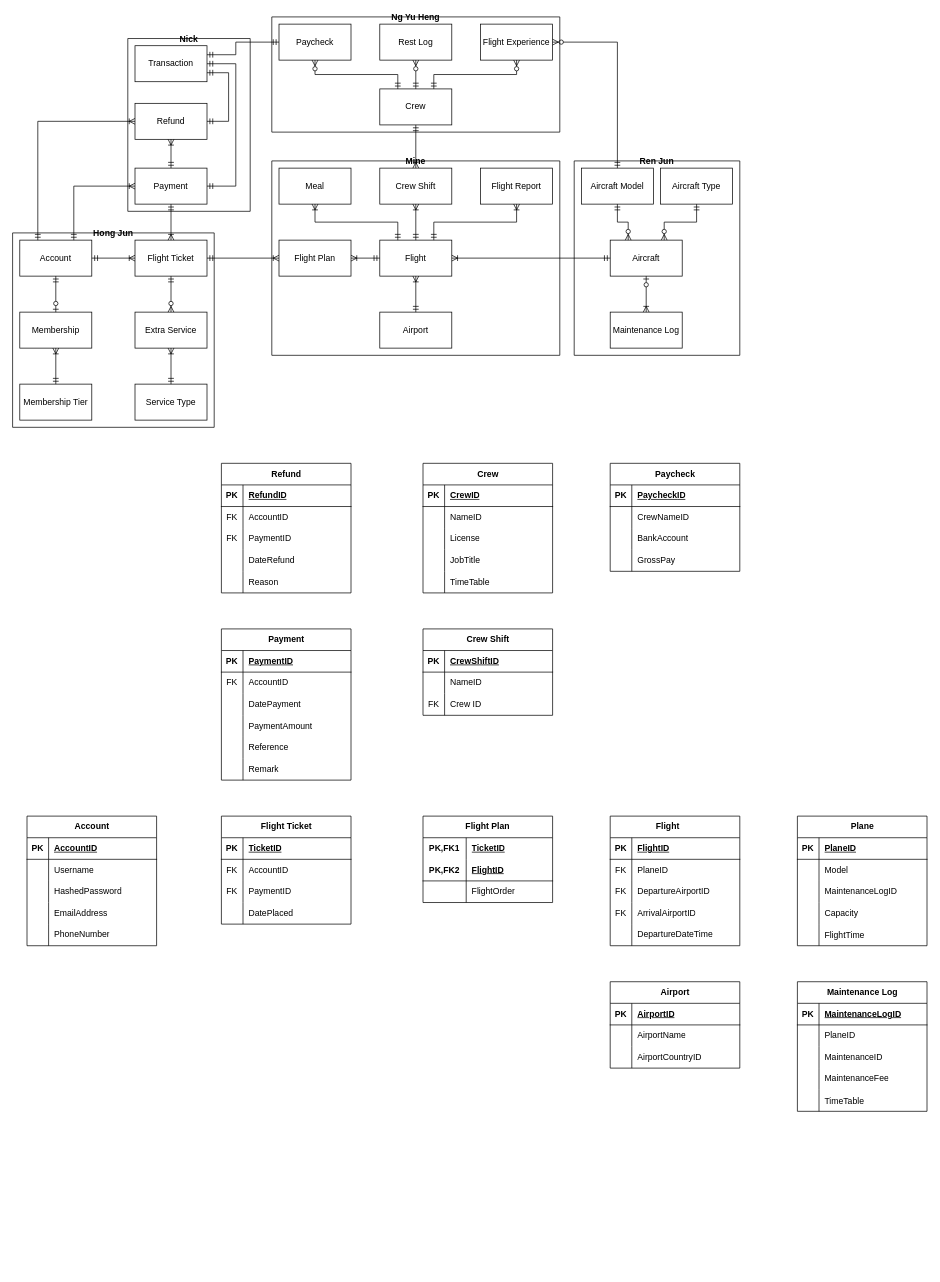
Earlier version of the draw.io diagram erd_big.drawio (Poleric/database-design-assignment). Source tidied: cells renumbered, new cells numbered last; positions are measured from the earlier drawing's top-left corner, leaving out a move shared by most shapes. Both pictures are drawn from the tidied source at 72%, with x=0, y=0 at pixel (12, 17).
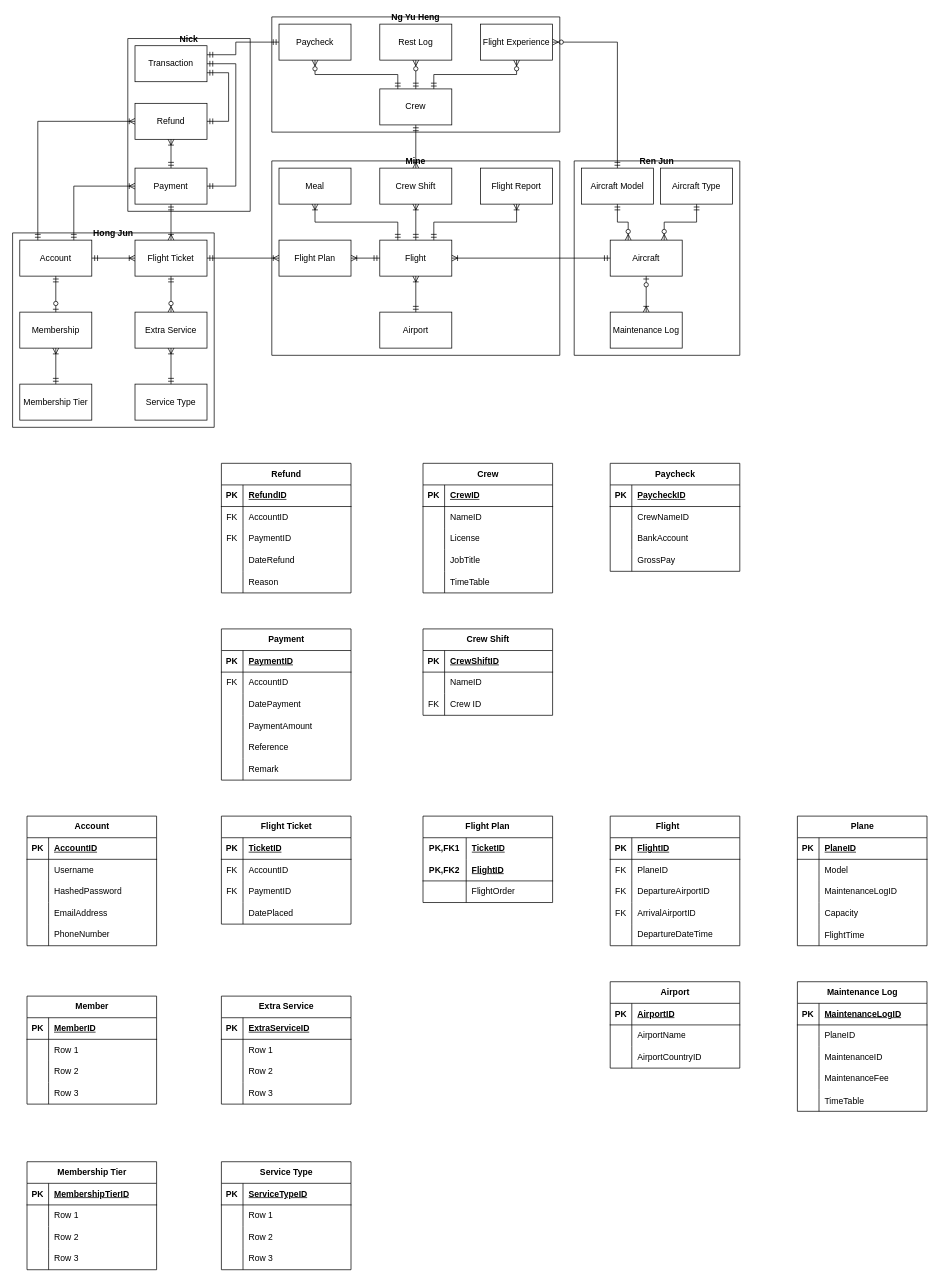
After the change.

What changed in the source:
```diff
@@
+    <mxCell id="228" value="Member" style="shape=table;startSize=30;childLayout=tableLayout;rowLines=0;fontStyle=1;align=center;html=1;" parent="1" vertex="1">
+      <mxGeometry x="20" y="1360" width="180" height="150" as="geometry" />
+    </mxCell>
+    <mxCell id="229" style="shape=tableRow;horizontal=0;startSize=0;swimlaneHead=0;swimlaneBody=0;fillColor=none;top=0;left=0;right=0;bottom=1;" parent="228" vertex="1">
+      <mxGeometry y="30" width="180" height="30" as="geometry" />
+    </mxCell>
+    <mxCell id="230" value="PK" style="shape=partialRectangle;fillColor=none;top=0;left=0;bottom=0;right=0;fontStyle=1;overflow=hidden;whiteSpace=wrap;html=1;" parent="229" vertex="1">
+      <mxGeometry width="30" height="30" as="geometry" />
+    </mxCell>
+    <mxCell id="231" value="MemberID" style="shape=partialRectangle;fillColor=none;top=0;left=0;bottom=0;right=0;align=left;spacingLeft=6;fontStyle=5;overflow=hidden;whiteSpace=wrap;html=1;" parent="229" vertex="1">
+      <mxGeometry x="30" width="150" height="30" as="geometry" />
+    </mxCell>
+    <mxCell id="232" style="shape=tableRow;horizontal=0;startSize=0;swimlaneHead=0;swimlaneBody=0;fillColor=none;top=0;left=0;right=0;bottom=0;" parent="228" vertex="1">
+      <mxGeometry y="60" width="180" height="30" as="geometry" />
+    </mxCell>
+    <mxCell id="233" style="shape=partialRectangle;fillColor=none;top=0;left=0;bottom=0;right=0;overflow=hidden;whiteSpace=wrap;html=1;" parent="232" vertex="1">
+      <mxGeometry width="30" height="30" as="geometry" />
+    </mxCell>
+    <mxCell id="234" value="Row 1" style="shape=partialRectangle;fillColor=none;top=0;left=0;bottom=0;right=0;align=left;spacingLeft=6;overflow=hidden;whiteSpace=wrap;html=1;" parent="232" vertex="1">
+      <mxGeometry x="30" width="150" height="30" as="geometry" />
+    </mxCell>
+    <mxCell id="235" style="shape=tableRow;horizontal=0;startSize=0;swimlaneHead=0;swimlaneBody=0;fillColor=none;top=0;left=0;right=0;bottom=0;" parent="228" vertex="1">
+      <mxGeometry y="90" width="180" height="30" as="geometry" />
+    </mxCell>
+    <mxCell id="236" style="shape=partialRectangle;fillColor=none;top=0;left=0;bottom=0;right=0;overflow=hidden;whiteSpace=wrap;html=1;" parent="235" vertex="1">
+      <mxGeometry width="30" height="30" as="geometry" />
+    </mxCell>
+    <mxCell id="237" value="Row 2" style="shape=partialRectangle;fillColor=none;top=0;left=0;bottom=0;right=0;align=left;spacingLeft=6;overflow=hidden;whiteSpace=wrap;html=1;" parent="235" vertex="1">
+      <mxGeometry x="30" width="150" height="30" as="geometry" />
+    </mxCell>
+    <mxCell id="238" style="shape=tableRow;horizontal=0;startSize=0;swimlaneHead=0;swimlaneBody=0;fillColor=none;top=0;left=0;right=0;bottom=0;" parent="228" vertex="1">
+      <mxGeometry y="120" width="180" height="30" as="geometry" />
+    </mxCell>
+    <mxCell id="239" style="shape=partialRectangle;fillColor=none;top=0;left=0;bottom=0;right=0;overflow=hidden;whiteSpace=wrap;html=1;" parent="238" vertex="1">
+      <mxGeometry width="30" height="30" as="geometry" />
+    </mxCell>
+    <mxCell id="240" value="Row 3" style="shape=partialRectangle;fillColor=none;top=0;left=0;bottom=0;right=0;align=left;spacingLeft=6;overflow=hidden;whiteSpace=wrap;html=1;" parent="238" vertex="1">
+      <mxGeometry x="30" width="150" height="30" as="geometry" />
+    </mxCell>
+    <mxCell id="241" value="Extra Service" style="shape=table;startSize=30;childLayout=tableLayout;rowLines=0;fontStyle=1;align=center;html=1;" parent="1" vertex="1">
+      <mxGeometry x="290" y="1360" width="180" height="150" as="geometry" />
+    </mxCell>
+    <mxCell id="242" style="shape=tableRow;horizontal=0;startSize=0;swimlaneHead=0;swimlaneBody=0;fillColor=none;top=0;left=0;right=0;bottom=1;" parent="241" vertex="1">
+      <mxGeometry y="30" width="180" height="30" as="geometry" />
+    </mxCell>
+    <mxCell id="243" value="PK" style="shape=partialRectangle;fillColor=none;top=0;left=0;bottom=0;right=0;fontStyle=1;overflow=hidden;whiteSpace=wrap;html=1;" parent="242" vertex="1">
+      <mxGeometry width="30" height="30" as="geometry" />
+    </mxCell>
+    <mxCell id="244" value="ExtraServiceID" style="shape=partialRectangle;fillColor=none;top=0;left=0;bottom=0;right=0;align=left;spacingLeft=6;fontStyle=5;overflow=hidden;whiteSpace=wrap;html=1;" parent="242" vertex="1">
+      <mxGeometry x="30" width="150" height="30" as="geometry" />
+    </mxCell>
+    <mxCell id="245" style="shape=tableRow;horizontal=0;startSize=0;swimlaneHead=0;swimlaneBody=0;fillColor=none;top=0;left=0;right=0;bottom=0;" parent="241" vertex="1">
+      <mxGeometry y="60" width="180" height="30" as="geometry" />
+    </mxCell>
+    <mxCell id="246" style="shape=partialRectangle;fillColor=none;top=0;left=0;bottom=0;right=0;overflow=hidden;whiteSpace=wrap;html=1;" parent="245" vertex="1">
+      <mxGeometry width="30" height="30" as="geometry" />
+    </mxCell>
+    <mxCell id="247" value="Row 1" style="shape=partialRectangle;fillColor=none;top=0;left=0;bottom=0;right=0;align=left;spacingLeft=6;overflow=hidden;whiteSpace=wrap;html=1;" parent="245" vertex="1">
+      <mxGeometry x="30" width="150" height="30" as="geometry" />
+    </mxCell>
+    <mxCell id="248" style="shape=tableRow;horizontal=0;startSize=0;swimlaneHead=0;swimlaneBody=0;fillColor=none;top=0;left=0;right=0;bottom=0;" parent="241" vertex="1">
+      <mxGeometry y="90" width="180" height="30" as="geometry" />
+    </mxCell>
+    <mxCell id="249" style="shape=partialRectangle;fillColor=none;top=0;left=0;bottom=0;right=0;overflow=hidden;whiteSpace=wrap;html=1;" parent="248" vertex="1">
+      <mxGeometry width="30" height="30" as="geometry" />
+    </mxCell>
+    <mxCell id="250" value="Row 2" style="shape=partialRectangle;fillColor=none;top=0;left=0;bottom=0;right=0;align=left;spacingLeft=6;overflow=hidden;whiteSpace=wrap;html=1;" parent="248" vertex="1">
+      <mxGeometry x="30" width="150" height="30" as="geometry" />
+    </mxCell>
+    <mxCell id="251" style="shape=tableRow;horizontal=0;startSize=0;swimlaneHead=0;swimlaneBody=0;fillColor=none;top=0;left=0;right=0;bottom=0;" parent="241" vertex="1">
+      <mxGeometry y="120" width="180" height="30" as="geometry" />
+    </mxCell>
+    <mxCell id="252" style="shape=partialRectangle;fillColor=none;top=0;left=0;bottom=0;right=0;overflow=hidden;whiteSpace=wrap;html=1;" parent="251" vertex="1">
+      <mxGeometry width="30" height="30" as="geometry" />
+    </mxCell>
+    <mxCell id="253" value="Row 3" style="shape=partialRectangle;fillColor=none;top=0;left=0;bottom=0;right=0;align=left;spacingLeft=6;overflow=hidden;whiteSpace=wrap;html=1;" parent="251" vertex="1">
+      <mxGeometry x="30" width="150" height="30" as="geometry" />
+    </mxCell>
+    <mxCell id="254" value="Service Type" style="shape=table;startSize=30;childLayout=tableLayout;rowLines=0;fontStyle=1;align=center;html=1;" parent="1" vertex="1">
+      <mxGeometry x="290" y="1590" width="180" height="150" as="geometry" />
+    </mxCell>
+    <mxCell id="255" style="shape=tableRow;horizontal=0;startSize=0;swimlaneHead=0;swimlaneBody=0;fillColor=none;top=0;left=0;right=0;bottom=1;" parent="254" vertex="1">
+      <mxGeometry y="30" width="180" height="30" as="geometry" />
+    </mxCell>
+    <mxCell id="256" value="PK" style="shape=partialRectangle;fillColor=none;top=0;left=0;bottom=0;right=0;fontStyle=1;overflow=hidden;whiteSpace=wrap;html=1;" parent="255" vertex="1">
+      <mxGeometry width="30" height="30" as="geometry" />
+    </mxCell>
+    <mxCell id="257" value="ServiceTypeID" style="shape=partialRectangle;fillColor=none;top=0;left=0;bottom=0;right=0;align=left;spacingLeft=6;fontStyle=5;overflow=hidden;whiteSpace=wrap;html=1;" parent="255" vertex="1">
+      <mxGeometry x="30" width="150" height="30" as="geometry" />
+    </mxCell>
+    <mxCell id="258" style="shape=tableRow;horizontal=0;startSize=0;swimlaneHead=0;swimlaneBody=0;fillColor=none;top=0;left=0;right=0;bottom=0;" parent="254" vertex="1">
+      <mxGeometry y="60" width="180" height="30" as="geometry" />
+    </mxCell>
+    <mxCell id="259" style="shape=partialRectangle;fillColor=none;top=0;left=0;bottom=0;right=0;overflow=hidden;whiteSpace=wrap;html=1;" parent="258" vertex="1">
+      <mxGeometry width="30" height="30" as="geometry" />
+    </mxCell>
+    <mxCell id="260" value="Row 1" style="shape=partialRectangle;fillColor=none;top=0;left=0;bottom=0;right=0;align=left;spacingLeft=6;overflow=hidden;whiteSpace=wrap;html=1;" parent="258" vertex="1">
+      <mxGeometry x="30" width="150" height="30" as="geometry" />
+    </mxCell>
+    <mxCell id="261" style="shape=tableRow;horizontal=0;startSize=0;swimlaneHead=0;swimlaneBody=0;fillColor=none;top=0;left=0;right=0;bottom=0;" parent="254" vertex="1">
+      <mxGeometry y="90" width="180" height="30" as="geometry" />
+    </mxCell>
+    <mxCell id="262" style="shape=partialRectangle;fillColor=none;top=0;left=0;bottom=0;right=0;overflow=hidden;whiteSpace=wrap;html=1;" parent="261" vertex="1">
+      <mxGeometry width="30" height="30" as="geometry" />
+    </mxCell>
+    <mxCell id="263" value="Row 2" style="shape=partialRectangle;fillColor=none;top=0;left=0;bottom=0;right=0;align=left;spacingLeft=6;overflow=hidden;whiteSpace=wrap;html=1;" parent="261" vertex="1">
+      <mxGeometry x="30" width="150" height="30" as="geometry" />
+    </mxCell>
+    <mxCell id="264" style="shape=tableRow;horizontal=0;startSize=0;swimlaneHead=0;swimlaneBody=0;fillColor=none;top=0;left=0;right=0;bottom=0;" parent="254" vertex="1">
+      <mxGeometry y="120" width="180" height="30" as="geometry" />
+    </mxCell>
+    <mxCell id="265" style="shape=partialRectangle;fillColor=none;top=0;left=0;bottom=0;right=0;overflow=hidden;whiteSpace=wrap;html=1;" parent="264" vertex="1">
+      <mxGeometry width="30" height="30" as="geometry" />
+    </mxCell>
+    <mxCell id="266" value="Row 3" style="shape=partialRectangle;fillColor=none;top=0;left=0;bottom=0;right=0;align=left;spacingLeft=6;overflow=hidden;whiteSpace=wrap;html=1;" parent="264" vertex="1">
+      <mxGeometry x="30" width="150" height="30" as="geometry" />
+    </mxCell>
+    <mxCell id="267" value="Membership Tier" style="shape=table;startSize=30;childLayout=tableLayout;rowLines=0;fontStyle=1;align=center;html=1;" parent="1" vertex="1">
+      <mxGeometry x="20" y="1590" width="180" height="150" as="geometry" />
+    </mxCell>
+    <mxCell id="268" style="shape=tableRow;horizontal=0;startSize=0;swimlaneHead=0;swimlaneBody=0;fillColor=none;top=0;left=0;right=0;bottom=1;" parent="267" vertex="1">
+      <mxGeometry y="30" width="180" height="30" as="geometry" />
+    </mxCell>
+    <mxCell id="269" value="PK" style="shape=partialRectangle;fillColor=none;top=0;left=0;bottom=0;right=0;fontStyle=1;overflow=hidden;whiteSpace=wrap;html=1;" parent="268" vertex="1">
+      <mxGeometry width="30" height="30" as="geometry" />
+    </mxCell>
+    <mxCell id="270" value="MembershipTierID" style="shape=partialRectangle;fillColor=none;top=0;left=0;bottom=0;right=0;align=left;spacingLeft=6;fontStyle=5;overflow=hidden;whiteSpace=wrap;html=1;" parent="268" vertex="1">
+      <mxGeometry x="30" width="150" height="30" as="geometry" />
+    </mxCell>
+    <mxCell id="271" style="shape=tableRow;horizontal=0;startSize=0;swimlaneHead=0;swimlaneBody=0;fillColor=none;top=0;left=0;right=0;bottom=0;" parent="267" vertex="1">
+      <mxGeometry y="60" width="180" height="30" as="geometry" />
+    </mxCell>
+    <mxCell id="272" style="shape=partialRectangle;fillColor=none;top=0;left=0;bottom=0;right=0;overflow=hidden;whiteSpace=wrap;html=1;" parent="271" vertex="1">
+      <mxGeometry width="30" height="30" as="geometry" />
+    </mxCell>
+    <mxCell id="273" value="Row 1" style="shape=partialRectangle;fillColor=none;top=0;left=0;bottom=0;right=0;align=left;spacingLeft=6;overflow=hidden;whiteSpace=wrap;html=1;" parent="271" vertex="1">
+      <mxGeometry x="30" width="150" height="30" as="geometry" />
+    </mxCell>
+    <mxCell id="274" style="shape=tableRow;horizontal=0;startSize=0;swimlaneHead=0;swimlaneBody=0;fillColor=none;top=0;left=0;right=0;bottom=0;" parent="267" vertex="1">
+      <mxGeometry y="90" width="180" height="30" as="geometry" />
+    </mxCell>
+    <mxCell id="275" style="shape=partialRectangle;fillColor=none;top=0;left=0;bottom=0;right=0;overflow=hidden;whiteSpace=wrap;html=1;" parent="274" vertex="1">
+      <mxGeometry width="30" height="30" as="geometry" />
+    </mxCell>
+    <mxCell id="276" value="Row 2" style="shape=partialRectangle;fillColor=none;top=0;left=0;bottom=0;right=0;align=left;spacingLeft=6;overflow=hidden;whiteSpace=wrap;html=1;" parent="274" vertex="1">
+      <mxGeometry x="30" width="150" height="30" as="geometry" />
+    </mxCell>
+    <mxCell id="277" style="shape=tableRow;horizontal=0;startSize=0;swimlaneHead=0;swimlaneBody=0;fillColor=none;top=0;left=0;right=0;bottom=0;" parent="267" vertex="1">
+      <mxGeometry y="120" width="180" height="30" as="geometry" />
+    </mxCell>
+    <mxCell id="278" style="shape=partialRectangle;fillColor=none;top=0;left=0;bottom=0;right=0;overflow=hidden;whiteSpace=wrap;html=1;" parent="277" vertex="1">
+      <mxGeometry width="30" height="30" as="geometry" />
+    </mxCell>
+    <mxCell id="279" value="Row 3" style="shape=partialRectangle;fillColor=none;top=0;left=0;bottom=0;right=0;align=left;spacingLeft=6;overflow=hidden;whiteSpace=wrap;html=1;" parent="277" vertex="1">
+      <mxGeometry x="30" width="150" height="30" as="geometry" />
+    </mxCell>
```
